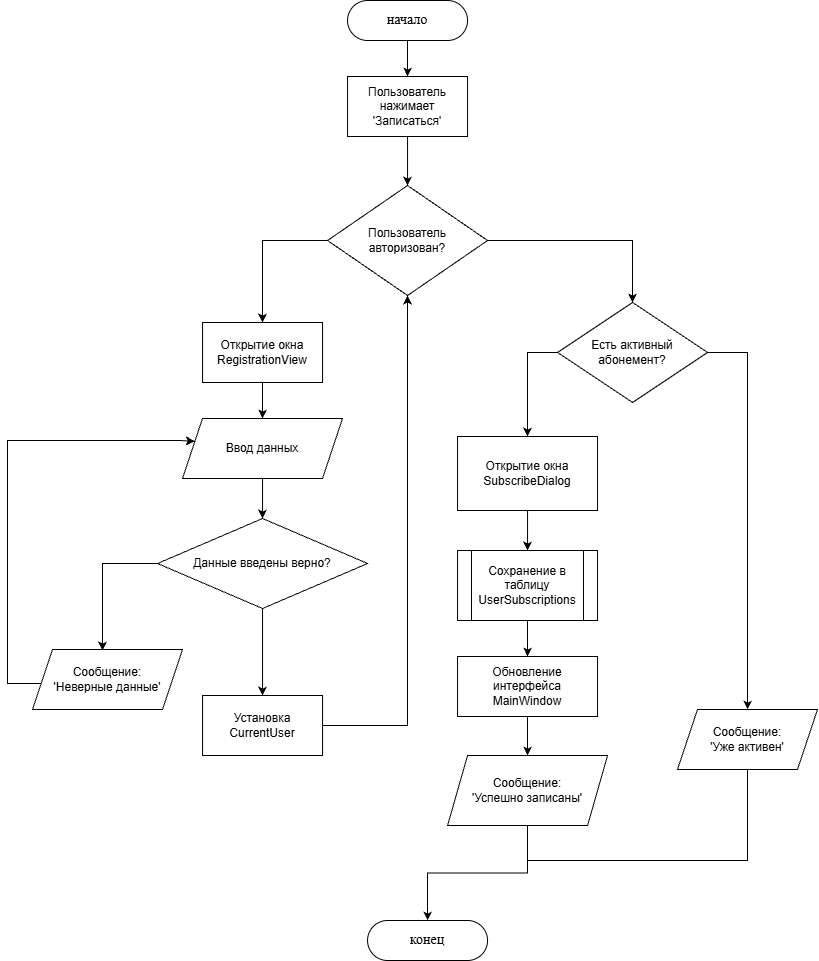
mahichxx/course_project_WPF keeps this draw.io diagram as diagram/blok_shem.png. Above is the earlier version. Source tidied: cells renumbered, new cells last; positions are measured from the earlier drawing's top-left corner, leaving out a move shared by most shapes.
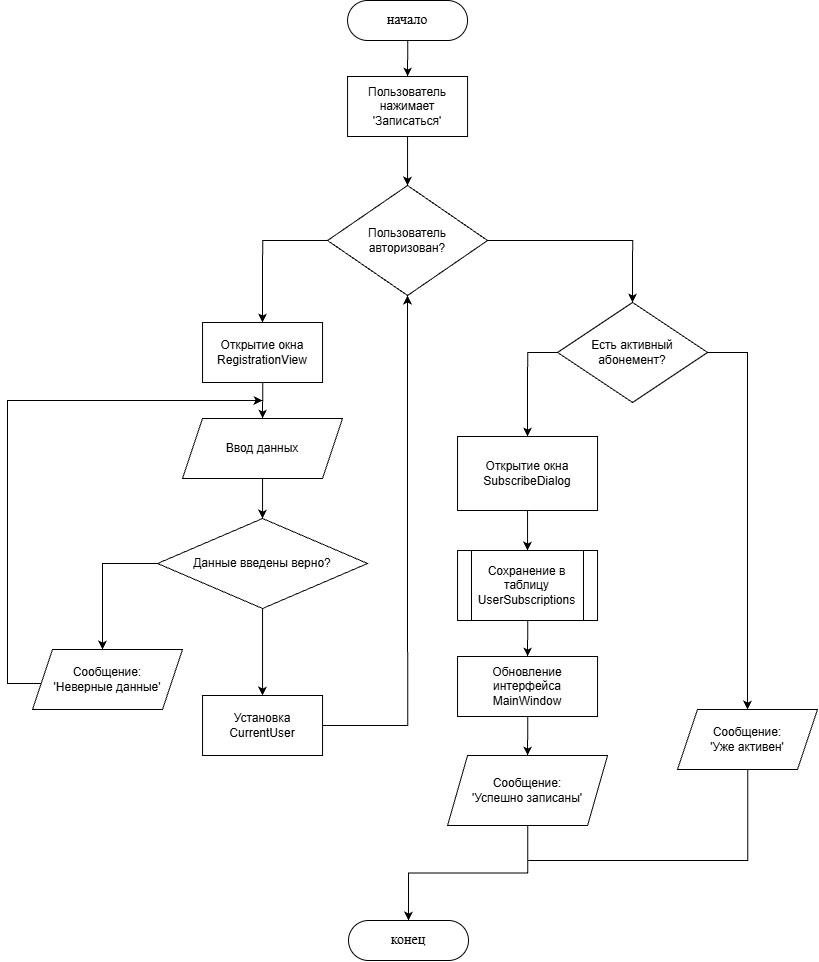
Above is the later version.

Diff of the diagram source:
```diff
@@ -50,12 +50,12 @@
     <mxCell id="15" value="Данные введены верно?" style="rhombus;whiteSpace=wrap;html=1;" parent="1" vertex="1">
       <mxGeometry x="150" y="518" width="210" height="90" as="geometry" />
     </mxCell>
-    <mxCell id="16" style="edgeStyle=orthogonalEdgeStyle;rounded=0;jettySize=auto;html=1;entryX=0.077;entryY=0.381;entryDx=0;entryDy=0;entryPerimeter=0;" parent="1" edge="1" source="17" target="12">
+    <mxCell id="16" style="edgeStyle=orthogonalEdgeStyle;rounded=0;jettySize=auto;html=1;" parent="1" edge="1" source="17">
       <mxGeometry relative="1" as="geometry">
+        <mxPoint x="255" y="399" as="targetPoint" />
         <Array as="points">
           <mxPoint y="683" />
-          <mxPoint y="440" />
-          <mxPoint x="172" y="440" />
+          <mxPoint y="400" />
         </Array>
       </mxGeometry>
     </mxCell>
@@ -117,7 +117,7 @@
       <mxGeometry x="440" y="755" width="160" height="70" as="geometry" />
     </mxCell>
     <mxCell id="33" value="&lt;font style=&quot;font-size: 14px;&quot; face=&quot;Times New Roman&quot;&gt;конец&lt;/font&gt;" style="rounded=1;whiteSpace=wrap;html=1;arcSize=50;" parent="1" vertex="1">
-      <mxGeometry x="360" y="920" width="120" height="40" as="geometry" />
+      <mxGeometry x="341" y="920" width="120" height="40" as="geometry" />
     </mxCell>
   </root>
 </mxGraphModel>
```
